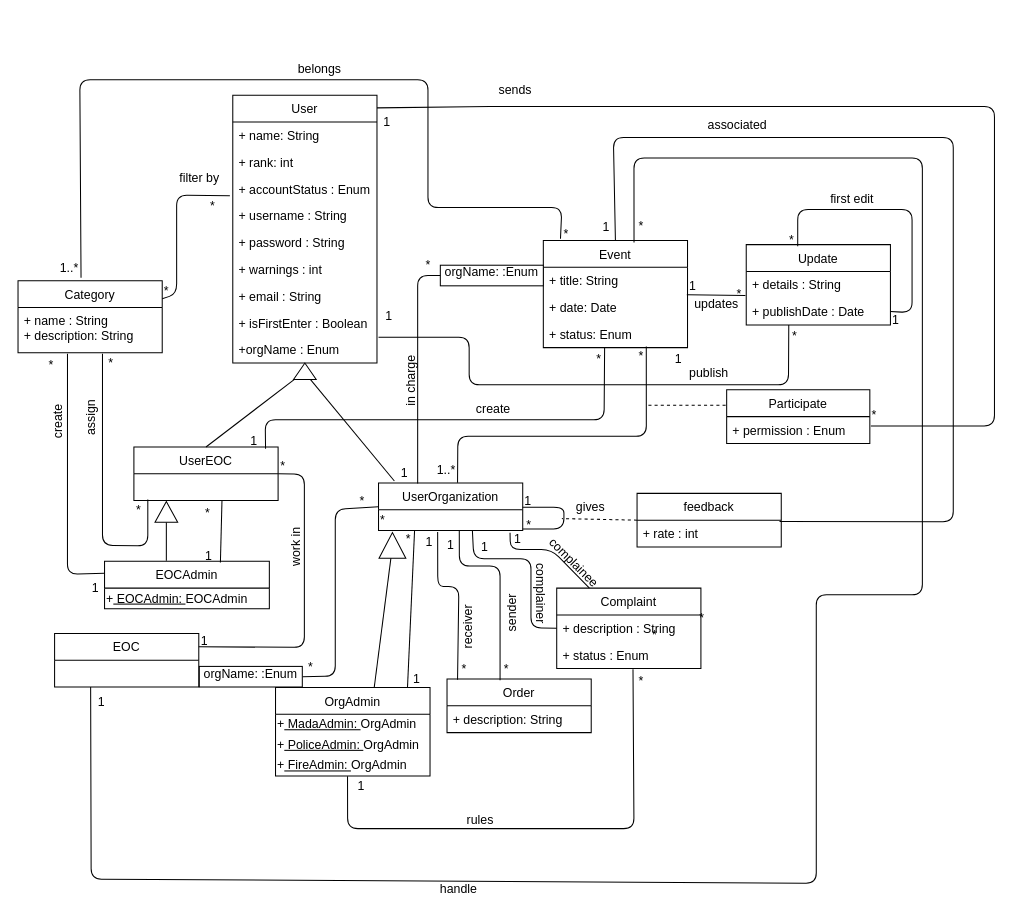
Earlier version of the draw.io diagram page "Update Class Diagram" (3 of 12) of Untitled Diagram.drawio (anastasiakova/nituz2). Source tidied: cells renumbered, new cells numbered last; positions are measured from the earlier drawing's top-left corner, leaving out a move shared by most shapes. Both pictures are drawn from the tidied source at 103%, with x=0, y=0 at pixel (18, 59).
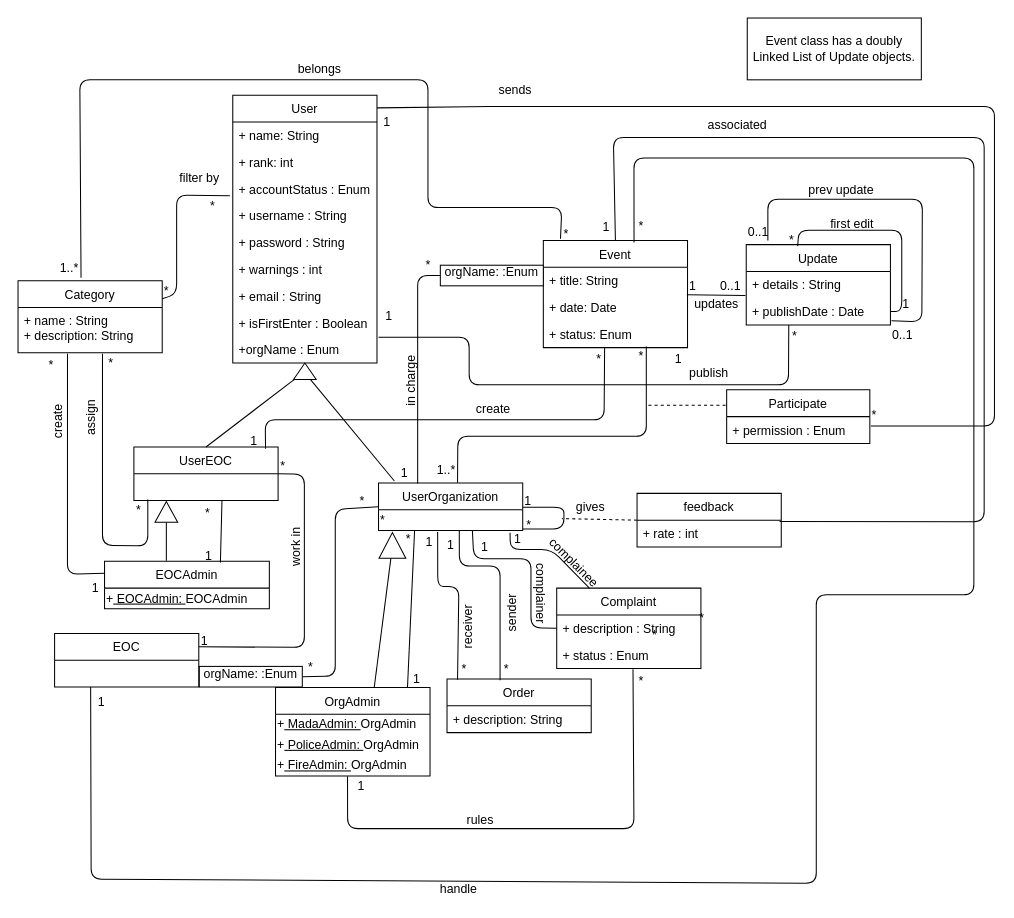
Above is the later version.

Unchanged cells that the change refers to:
```xml
<mxCell id="12" value="Event" style="swimlane;fontStyle=0;horizontal=1;startSize=26;fillColor=none;" parent="1" vertex="1">
  <mxGeometry x="510" y="176" width="140" height="104" as="geometry" />
</mxCell>
<mxCell id="16" value="Update" style="swimlane;fontStyle=0;horizontal=1;startSize=26;fillColor=none;" parent="1" vertex="1">
  <mxGeometry x="707" y="180" width="140" height="78" as="geometry" />
</mxCell>
<mxCell id="18" value="+ publishDate : Date" style="text;strokeColor=none;fillColor=none;align=left;verticalAlign=top;spacingLeft=4;spacingRight=4;overflow=hidden;points=[[0,0.5],[1,0.5]];portConstraint=eastwest;" parent="16" vertex="1">
  <mxGeometry y="52" width="140" height="26" as="geometry" />
</mxCell>
<mxCell id="107" value="+ rate : int" style="text;strokeColor=none;fillColor=none;align=left;verticalAlign=top;spacingLeft=4;spacingRight=4;overflow=hidden;points=[[0,0.5],[1,0.5]];portConstraint=eastwest;" parent="106" vertex="1">
  <mxGeometry y="26" width="140" height="26" as="geometry" />
</mxCell>
<mxCell id="120" value="EOC" style="swimlane;fontStyle=0;horizontal=1;startSize=26;fillColor=none;" parent="1" vertex="1">
  <mxGeometry x="35.5" y="557.5" width="140" height="52" as="geometry" />
</mxCell>
```

Change to the diagram source:
```diff
@@
     <mxCell id="19" style="endArrow=none;html=1;entryX=1;entryY=0.5;entryDx=0;entryDy=0;exitX=0.357;exitY=0.019;exitDx=0;exitDy=0;exitPerimeter=0;" parent="16" edge="1" source="16" target="18">
       <mxGeometry relative="1" as="geometry">
         <Array as="points">
-          <mxPoint x="50" y="-34" />
-          <mxPoint x="161" y="-34" />
-          <mxPoint x="161" y="66" />
+          <mxPoint x="51" y="-14" />
+          <mxPoint x="151" y="-14" />
+          <mxPoint x="151" y="65" />
         </Array>
       </mxGeometry>
     </mxCell>
+    <mxCell id="140" style="endArrow=none;html=1;entryX=1.007;entryY=0.846;entryDx=0;entryDy=0;entryPerimeter=0;" parent="16" edge="1" target="18">
+      <mxGeometry relative="1" as="geometry">
+        <mxPoint x="21" y="-4" as="sourcePoint" />
+        <Array as="points">
+          <mxPoint x="21" y="-44" />
+          <mxPoint x="171" y="-44" />
+          <mxPoint x="170.5" y="75" />
+        </Array>
+      </mxGeometry>
+    </mxCell>
+    <mxCell id="141" value="prev update" style="text;html=1;align=center;verticalAlign=middle;labelBackgroundColor=#ffffff;" parent="140" vertex="1">
+      <mxGeometry x="-0.78" y="-22" relative="1" as="geometry">
+        <mxPoint x="48" y="-13" as="offset" />
+      </mxGeometry>
+    </mxCell>
@@
     <mxCell id="56" value="first edit" style="text;html=1;align=left;verticalAlign=top;spacingTop=-4;" parent="1" vertex="1">
-      <mxGeometry x="787" y="126" width="60" height="20" as="geometry" />
+      <mxGeometry x="787" y="150" width="60" height="20" as="geometry" />
     </mxCell>
@@
     <mxCell id="58" value="1" style="text;html=1;align=left;verticalAlign=top;spacingTop=-4;" parent="1" vertex="1">
-      <mxGeometry x="847" y="244" width="20" height="20" as="geometry" />
+      <mxGeometry x="857" y="228" width="20" height="20" as="geometry" />
     </mxCell>
-    <mxCell id="59" value="*" style="text;html=1;align=left;verticalAlign=top;spacingTop=-4;" parent="1" vertex="1">
-      <mxGeometry x="696" y="218" width="20" height="20" as="geometry" />
+    <mxCell id="59" value="0..1" style="text;html=1;align=left;verticalAlign=top;spacingTop=-4;" parent="1" vertex="1">
+      <mxGeometry x="680" y="211" width="40" height="20" as="geometry" />
     </mxCell>
@@
     <mxCell id="126" style="endArrow=none;html=1;entryX=0.629;entryY=0.019;entryDx=0;entryDy=0;entryPerimeter=0;exitX=0.25;exitY=1;exitDx=0;exitDy=0;" parent="1" edge="1" source="120" target="12">
       <mxGeometry relative="1" as="geometry">
         <Array as="points">
           <mxPoint x="71" y="796" />
           <mxPoint x="775" y="800" />
           <mxPoint x="775" y="520" />
-          <mxPoint x="878" y="520" />
-          <mxPoint x="878" y="96" />
+          <mxPoint x="928" y="520" />
+          <mxPoint x="928" y="96" />
           <mxPoint x="598" y="96" />
         </Array>
       </mxGeometry>
     </mxCell>
@@
     <mxCell id="137" style="endArrow=none;html=1;exitX=0.988;exitY=0.047;exitDx=0;exitDy=0;exitPerimeter=0;entryX=0.5;entryY=0;entryDx=0;entryDy=0;" parent="1" edge="1" source="107" target="12">
       <mxGeometry relative="1" as="geometry">
         <Array as="points">
-          <mxPoint x="908" y="449" />
-          <mxPoint x="908" y="76" />
+          <mxPoint x="938" y="449" />
+          <mxPoint x="938" y="76" />
           <mxPoint x="578" y="76" />
         </Array>
       </mxGeometry>
     </mxCell>
@@
+    <mxCell id="142" value="0..1" style="text;html=1;align=left;verticalAlign=top;spacingTop=-4;" parent="1" vertex="1">
+      <mxGeometry x="707" y="158" width="40" height="20" as="geometry" />
+    </mxCell>
+    <mxCell id="143" value="0..1" style="text;html=1;align=left;verticalAlign=top;spacingTop=-4;" parent="1" vertex="1">
+      <mxGeometry x="847" y="258" width="40" height="20" as="geometry" />
+    </mxCell>
+    <mxCell id="144" value="Event class has a doubly Linked List of Update objects." style="text;html=1;align=center;verticalAlign=middle;whiteSpace=wrap;rounded=0;strokeColor=#000000;" parent="1" vertex="1">
+      <mxGeometry x="708" y="-40" width="169" height="60" as="geometry" />
+    </mxCell>
```
